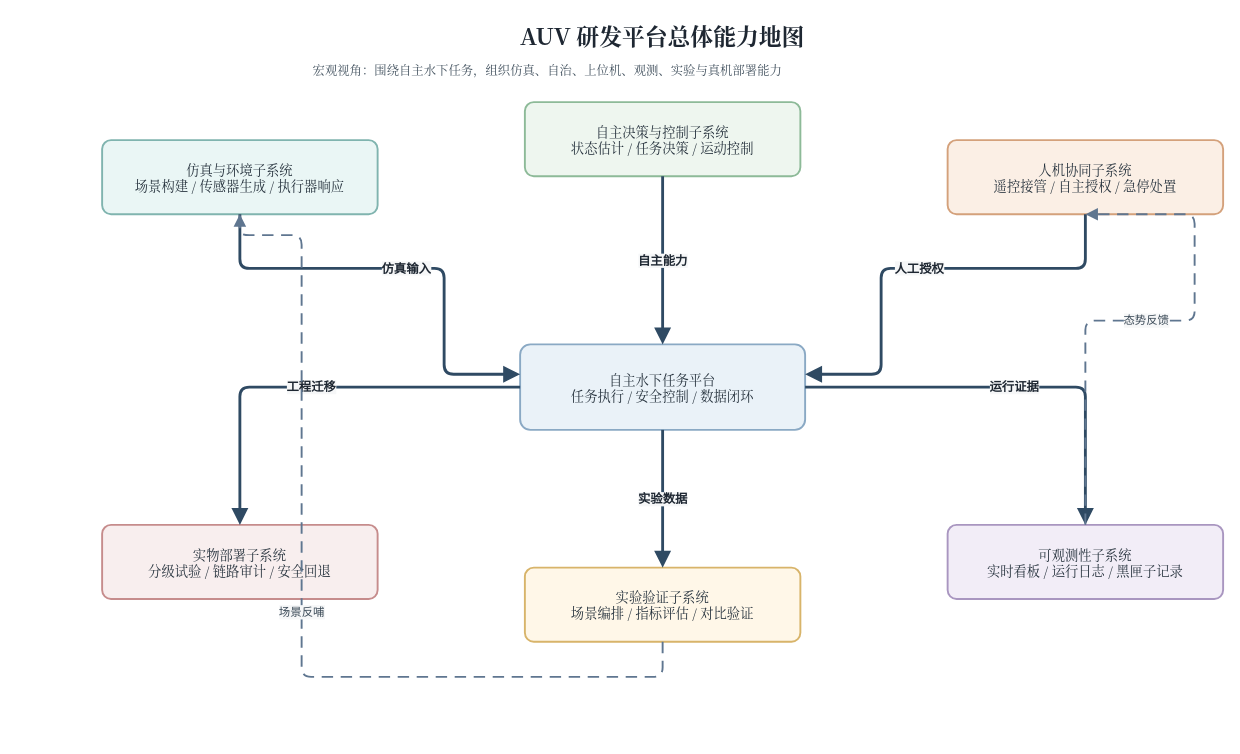
This is docs/thesis/figures/architecture/auv_system_capability_map.drawio from 360ZMEM/AUV-Master-Project, a draw.io file, before an edit. Source tidied: cells renumbered, new cells numbered last; positions are measured from the earlier drawing's top-left corner, leaving out a move shared by most shapes. Both pictures are drawn from the tidied source at 95%, with x=0, y=0 at pixel (102, 16).
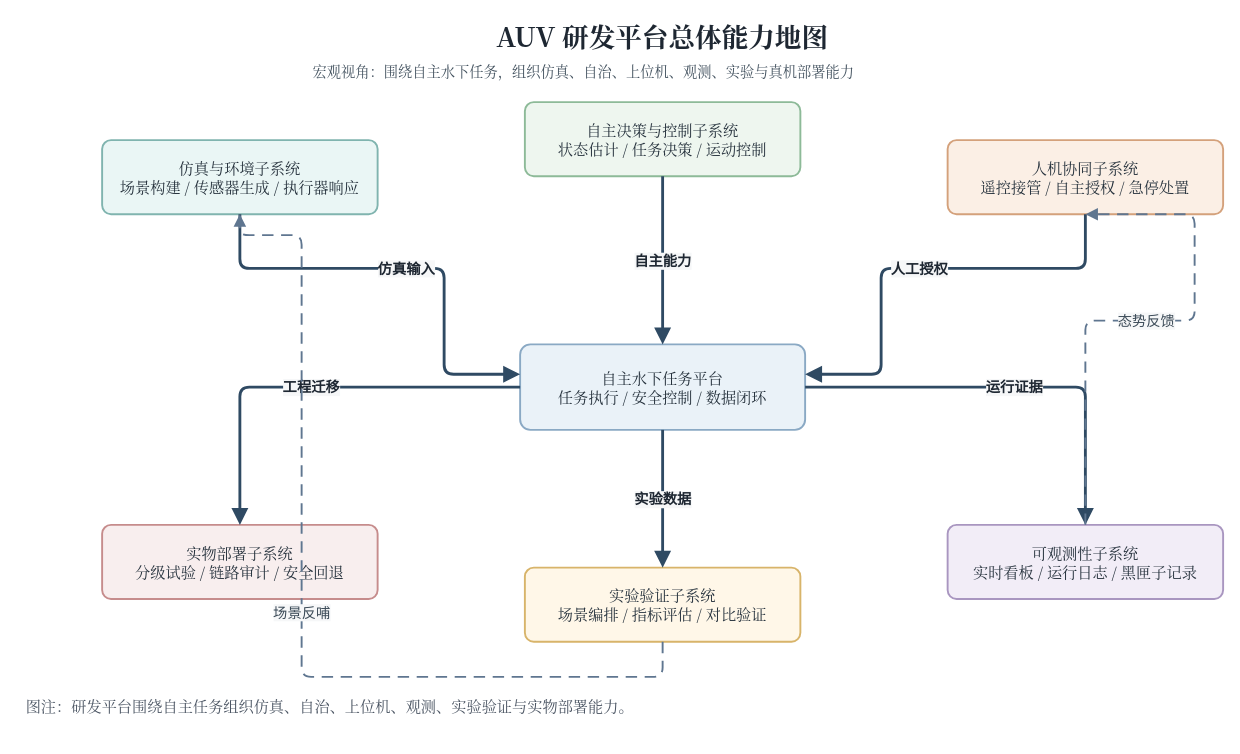
The same diagram, later.

The edit, as a diff of the source:
```diff
@@
-    <mxCell id="2" value="AUV 研发平台总体能力地图" style="text;html=1;strokeColor=none;fillColor=none;align=center;verticalAlign=middle;whiteSpace=wrap;rounded=0;fontFamily=Noto Serif CJK SC,Times New Roman;fontSize=24;fontStyle=1;fontColor=#1E2732;" parent="1" vertex="1">
+    <mxCell id="2" value="AUV 研发平台总体能力地图" style="text;html=1;strokeColor=none;fillColor=none;align=center;verticalAlign=middle;whiteSpace=wrap;rounded=0;fontFamily=Noto Serif CJK SC,Times New Roman;fontSize=28;fontStyle=1;fontColor=#1E2732;" parent="1" vertex="1">
       <mxGeometry x="240" width="700" height="40" as="geometry" />
     </mxCell>
-    <mxCell id="3" value="宏观视角：围绕自主水下任务，组织仿真、自治、上位机、观测、实验与真机部署能力" style="text;html=1;strokeColor=none;fillColor=none;align=left;verticalAlign=top;whiteSpace=wrap;rounded=0;fontFamily=Noto Serif CJK SC,Times New Roman;fontSize=13;fontColor=#43525F;" parent="1" vertex="1">
+    <mxCell id="3" value="宏观视角：围绕自主水下任务，组织仿真、自治、上位机、观测、实验与真机部署能力" style="text;html=1;strokeColor=none;fillColor=none;align=left;verticalAlign=top;whiteSpace=wrap;rounded=0;fontFamily=Noto Serif CJK SC,Times New Roman;fontSize=15;fontColor=#43525F;" parent="1" vertex="1">
       <mxGeometry x="220" y="42" width="760" height="34" as="geometry" />
     </mxCell>
-    <mxCell id="4" value="自主水下任务平台&#10;任务执行 / 安全控制 / 数据闭环" style="rounded=1;whiteSpace=wrap;html=1;arcSize=12;fillColor=#EAF2F8;strokeColor=#8AA9C4;strokeWidth=2;spacing=8;shadow=0;fontFamily=Noto Serif CJK SC,Times New Roman;fontSize=14;fontColor=#26323D;" parent="1" vertex="1">
+    <mxCell id="4" value="自主水下任务平台&#10;任务执行 / 安全控制 / 数据闭环" style="rounded=1;whiteSpace=wrap;html=1;arcSize=12;fillColor=#EAF2F8;strokeColor=#8AA9C4;strokeWidth=2;spacing=8;shadow=0;fontFamily=Noto Serif CJK SC,Times New Roman;fontSize=16;fontColor=#26323D;" parent="1" vertex="1">
       <mxGeometry x="440" y="345" width="300" height="90" as="geometry" />
     </mxCell>
-    <mxCell id="5" value="仿真与环境子系统&#10;场景构建 / 传感器生成 / 执行器响应" style="rounded=1;whiteSpace=wrap;html=1;arcSize=12;fillColor=#EAF6F5;strokeColor=#80B4AF;strokeWidth=2;spacing=8;shadow=0;fontFamily=Noto Serif CJK SC,Times New Roman;fontSize=14;fontColor=#26323D;" parent="1" vertex="1">
+    <mxCell id="5" value="仿真与环境子系统&#10;场景构建 / 传感器生成 / 执行器响应" style="rounded=1;whiteSpace=wrap;html=1;arcSize=12;fillColor=#EAF6F5;strokeColor=#80B4AF;strokeWidth=2;spacing=8;shadow=0;fontFamily=Noto Serif CJK SC,Times New Roman;fontSize=16;fontColor=#26323D;" parent="1" vertex="1">
       <mxGeometry y="130" width="290" height="78" as="geometry" />
     </mxCell>
-    <mxCell id="6" value="自主决策与控制子系统&#10;状态估计 / 任务决策 / 运动控制" style="rounded=1;whiteSpace=wrap;html=1;arcSize=12;fillColor=#EEF6EF;strokeColor=#8DBA98;strokeWidth=2;spacing=8;shadow=0;fontFamily=Noto Serif CJK SC,Times New Roman;fontSize=14;fontColor=#26323D;" parent="1" vertex="1">
+    <mxCell id="6" value="自主决策与控制子系统&#10;状态估计 / 任务决策 / 运动控制" style="rounded=1;whiteSpace=wrap;html=1;arcSize=12;fillColor=#EEF6EF;strokeColor=#8DBA98;strokeWidth=2;spacing=8;shadow=0;fontFamily=Noto Serif CJK SC,Times New Roman;fontSize=16;fontColor=#26323D;" parent="1" vertex="1">
       <mxGeometry x="445" y="90" width="290" height="78" as="geometry" />
     </mxCell>
-    <mxCell id="7" value="人机协同子系统&#10;遥控接管 / 自主授权 / 急停处置" style="rounded=1;whiteSpace=wrap;html=1;arcSize=12;fillColor=#FBEFE5;strokeColor=#D4A17B;strokeWidth=2;spacing=8;shadow=0;fontFamily=Noto Serif CJK SC,Times New Roman;fontSize=14;fontColor=#26323D;" parent="1" vertex="1">
+    <mxCell id="7" value="人机协同子系统&#10;遥控接管 / 自主授权 / 急停处置" style="rounded=1;whiteSpace=wrap;html=1;arcSize=12;fillColor=#FBEFE5;strokeColor=#D4A17B;strokeWidth=2;spacing=8;shadow=0;fontFamily=Noto Serif CJK SC,Times New Roman;fontSize=16;fontColor=#26323D;" parent="1" vertex="1">
       <mxGeometry x="890" y="130" width="290" height="78" as="geometry" />
     </mxCell>
-    <mxCell id="8" value="可观测性子系统&#10;实时看板 / 运行日志 / 黑匣子记录" style="rounded=1;whiteSpace=wrap;html=1;arcSize=12;fillColor=#F2EDF7;strokeColor=#A996C0;strokeWidth=2;spacing=8;shadow=0;fontFamily=Noto Serif CJK SC,Times New Roman;fontSize=14;fontColor=#26323D;" parent="1" vertex="1">
+    <mxCell id="8" value="可观测性子系统&#10;实时看板 / 运行日志 / 黑匣子记录" style="rounded=1;whiteSpace=wrap;html=1;arcSize=12;fillColor=#F2EDF7;strokeColor=#A996C0;strokeWidth=2;spacing=8;shadow=0;fontFamily=Noto Serif CJK SC,Times New Roman;fontSize=16;fontColor=#26323D;" parent="1" vertex="1">
       <mxGeometry x="890" y="535" width="290" height="78" as="geometry" />
     </mxCell>
-    <mxCell id="9" value="实验验证子系统&#10;场景编排 / 指标评估 / 对比验证" style="rounded=1;whiteSpace=wrap;html=1;arcSize=12;fillColor=#FFF7E8;strokeColor=#D8B46A;strokeWidth=2;spacing=8;shadow=0;fontFamily=Noto Serif CJK SC,Times New Roman;fontSize=14;fontColor=#26323D;" parent="1" vertex="1">
+    <mxCell id="9" value="实验验证子系统&#10;场景编排 / 指标评估 / 对比验证" style="rounded=1;whiteSpace=wrap;html=1;arcSize=12;fillColor=#FFF7E8;strokeColor=#D8B46A;strokeWidth=2;spacing=8;shadow=0;fontFamily=Noto Serif CJK SC,Times New Roman;fontSize=16;fontColor=#26323D;" parent="1" vertex="1">
       <mxGeometry x="445" y="580" width="290" height="78" as="geometry" />
     </mxCell>
-    <mxCell id="10" value="实物部署子系统&#10;分级试验 / 链路审计 / 安全回退" style="rounded=1;whiteSpace=wrap;html=1;arcSize=12;fillColor=#F8EEEE;strokeColor=#C68C8C;strokeWidth=2;spacing=8;shadow=0;fontFamily=Noto Serif CJK SC,Times New Roman;fontSize=14;fontColor=#26323D;" parent="1" vertex="1">
+    <mxCell id="10" value="实物部署子系统&#10;分级试验 / 链路审计 / 安全回退" style="rounded=1;whiteSpace=wrap;html=1;arcSize=12;fillColor=#F8EEEE;strokeColor=#C68C8C;strokeWidth=2;spacing=8;shadow=0;fontFamily=Noto Serif CJK SC,Times New Roman;fontSize=16;fontColor=#26323D;" parent="1" vertex="1">
       <mxGeometry y="535" width="290" height="78" as="geometry" />
     </mxCell>
-    <mxCell id="11" value="仿真输入" style="edgeStyle=orthogonalEdgeStyle;rounded=1;jettySize=auto;html=1;strokeColor=#2F4A63;fontColor=#1E2732;fontSize=13;fontStyle=1;strokeWidth=3;labelBackgroundColor=#F6F7F8;labelBorderColor=none;endArrow=block;endFill=1;endSize=10;exitX=0.5;exitY=1;entryX=0;entryY=0.35;" parent="1" edge="1" source="5" target="4">
+    <mxCell id="11" value="仿真输入" style="edgeStyle=orthogonalEdgeStyle;rounded=1;jettySize=auto;html=1;strokeColor=#2F4A63;fontColor=#1E2732;fontSize=15;fontStyle=1;strokeWidth=3;labelBackgroundColor=#F6F7F8;labelBorderColor=none;endArrow=block;endFill=1;endSize=10;exitX=0.5;exitY=1;entryX=0;entryY=0.35;" parent="1" edge="1" source="5" target="4">
       <mxGeometry relative="1" as="geometry">
         <Array as="points">
           <mxPoint x="145" y="265" />
           <mxPoint x="360" y="390" />
         </Array>
       </mxGeometry>
     </mxCell>
-    <mxCell id="12" value="自主能力" style="edgeStyle=orthogonalEdgeStyle;rounded=1;jettySize=auto;html=1;strokeColor=#2F4A63;fontColor=#1E2732;fontSize=13;fontStyle=1;strokeWidth=3;labelBackgroundColor=#F6F7F8;labelBorderColor=none;endArrow=block;endFill=1;endSize=10;exitX=0.5;exitY=1;entryX=0.5;entryY=0;" parent="1" edge="1" source="6" target="4">
+    <mxCell id="12" value="自主能力" style="edgeStyle=orthogonalEdgeStyle;rounded=1;jettySize=auto;html=1;strokeColor=#2F4A63;fontColor=#1E2732;fontSize=15;fontStyle=1;strokeWidth=3;labelBackgroundColor=#F6F7F8;labelBorderColor=none;endArrow=block;endFill=1;endSize=10;exitX=0.5;exitY=1;entryX=0.5;entryY=0;" parent="1" edge="1" source="6" target="4">
       <mxGeometry relative="1" as="geometry" />
     </mxCell>
-    <mxCell id="13" value="人工授权" style="edgeStyle=orthogonalEdgeStyle;rounded=1;jettySize=auto;html=1;strokeColor=#2F4A63;fontColor=#1E2732;fontSize=13;fontStyle=1;strokeWidth=3;labelBackgroundColor=#F6F7F8;labelBorderColor=none;endArrow=block;endFill=1;endSize=10;exitX=0.5;exitY=1;entryX=1;entryY=0.35;" parent="1" edge="1" source="7" target="4">
+    <mxCell id="13" value="人工授权" style="edgeStyle=orthogonalEdgeStyle;rounded=1;jettySize=auto;html=1;strokeColor=#2F4A63;fontColor=#1E2732;fontSize=15;fontStyle=1;strokeWidth=3;labelBackgroundColor=#F6F7F8;labelBorderColor=none;endArrow=block;endFill=1;endSize=10;exitX=0.5;exitY=1;entryX=1;entryY=0.35;" parent="1" edge="1" source="7" target="4">
       <mxGeometry relative="1" as="geometry">
         <Array as="points">
           <mxPoint x="1035" y="265" />
           <mxPoint x="820" y="390" />
         </Array>
       </mxGeometry>
     </mxCell>
-    <mxCell id="14" value="运行证据" style="edgeStyle=orthogonalEdgeStyle;rounded=1;jettySize=auto;html=1;strokeColor=#2F4A63;fontColor=#1E2732;fontSize=13;fontStyle=1;strokeWidth=3;labelBackgroundColor=#F6F7F8;labelBorderColor=none;endArrow=block;endFill=1;endSize=10;exitX=1;entryX=0;" parent="1" edge="1" source="4" target="8">
+    <mxCell id="14" value="运行证据" style="edgeStyle=orthogonalEdgeStyle;rounded=1;jettySize=auto;html=1;strokeColor=#2F4A63;fontColor=#1E2732;fontSize=15;fontStyle=1;strokeWidth=3;labelBackgroundColor=#F6F7F8;labelBorderColor=none;endArrow=block;endFill=1;endSize=10;exitX=1;entryX=0;" parent="1" edge="1" source="4" target="8">
       <mxGeometry relative="1" as="geometry" />
     </mxCell>
-    <mxCell id="15" value="实验数据" style="edgeStyle=orthogonalEdgeStyle;rounded=1;jettySize=auto;html=1;strokeColor=#2F4A63;fontColor=#1E2732;fontSize=13;fontStyle=1;strokeWidth=3;labelBackgroundColor=#F6F7F8;labelBorderColor=none;endArrow=block;endFill=1;endSize=10;exitX=0.5;exitY=1;entryX=0.5;entryY=0;" parent="1" edge="1" source="4" target="9">
+    <mxCell id="15" value="实验数据" style="edgeStyle=orthogonalEdgeStyle;rounded=1;jettySize=auto;html=1;strokeColor=#2F4A63;fontColor=#1E2732;fontSize=15;fontStyle=1;strokeWidth=3;labelBackgroundColor=#F6F7F8;labelBorderColor=none;endArrow=block;endFill=1;endSize=10;exitX=0.5;exitY=1;entryX=0.5;entryY=0;" parent="1" edge="1" source="4" target="9">
       <mxGeometry relative="1" as="geometry" />
     </mxCell>
-    <mxCell id="16" value="工程迁移" style="edgeStyle=orthogonalEdgeStyle;rounded=1;jettySize=auto;html=1;strokeColor=#2F4A63;fontColor=#1E2732;fontSize=13;fontStyle=1;strokeWidth=3;labelBackgroundColor=#F6F7F8;labelBorderColor=none;endArrow=block;endFill=1;endSize=10;exitX=0;entryX=1;" parent="1" edge="1" source="4" target="10">
+    <mxCell id="16" value="工程迁移" style="edgeStyle=orthogonalEdgeStyle;rounded=1;jettySize=auto;html=1;strokeColor=#2F4A63;fontColor=#1E2732;fontSize=15;fontStyle=1;strokeWidth=3;labelBackgroundColor=#F6F7F8;labelBorderColor=none;endArrow=block;endFill=1;endSize=10;exitX=0;entryX=1;" parent="1" edge="1" source="4" target="10">
       <mxGeometry relative="1" as="geometry" />
     </mxCell>
-    <mxCell id="17" value="场景反哺" style="edgeStyle=orthogonalEdgeStyle;rounded=1;jettySize=auto;html=1;strokeColor=#5F7690;fontColor=#3B4A57;fontSize=12;strokeWidth=2;labelBackgroundColor=#F6F7F8;labelBorderColor=none;endArrow=block;endFill=1;endSize=8;dashed=1;dashPattern=6 4;exitX=0;entryX=0.5;entryY=1;" parent="1" edge="1" source="9" target="5">
+    <mxCell id="17" value="场景反哺" style="edgeStyle=orthogonalEdgeStyle;rounded=1;jettySize=auto;html=1;strokeColor=#5F7690;fontColor=#3B4A57;fontSize=15;strokeWidth=2;labelBackgroundColor=#F6F7F8;labelBorderColor=none;endArrow=block;endFill=1;endSize=8;dashed=1;dashPattern=6 4;exitX=0;entryX=0.5;entryY=1;" parent="1" edge="1" source="9" target="5">
       <mxGeometry relative="1" as="geometry">
         <Array as="points">
           <mxPoint x="210" y="695" />
           <mxPoint x="210" y="230" />
         </Array>
       </mxGeometry>
     </mxCell>
-    <mxCell id="18" value="态势反馈" style="edgeStyle=orthogonalEdgeStyle;rounded=1;jettySize=auto;html=1;strokeColor=#5F7690;fontColor=#3B4A57;fontSize=12;strokeWidth=2;labelBackgroundColor=#F6F7F8;labelBorderColor=none;endArrow=block;endFill=1;endSize=8;dashed=1;dashPattern=6 4;exitX=0.5;exitY=0;entryX=0.5;entryY=1;" parent="1" edge="1" source="8" target="7">
+    <mxCell id="18" value="态势反馈" style="edgeStyle=orthogonalEdgeStyle;rounded=1;jettySize=auto;html=1;strokeColor=#5F7690;fontColor=#3B4A57;fontSize=15;strokeWidth=2;labelBackgroundColor=#F6F7F8;labelBorderColor=none;endArrow=block;endFill=1;endSize=8;dashed=1;dashPattern=6 4;exitX=0.5;exitY=0;entryX=0.5;entryY=1;" parent="1" edge="1" source="8" target="7">
       <mxGeometry relative="1" as="geometry">
         <Array as="points">
           <mxPoint x="1150" y="320" />
         </Array>
       </mxGeometry>
     </mxCell>
+    <mxCell id="19" value="图注：研发平台围绕自主任务组织仿真、自治、上位机、观测、实验验证与实物部署能力。" style="text;html=1;align=left;verticalAlign=middle;whiteSpace=wrap;fontFamily=Noto Serif CJK SC;fontSize=16;fontColor=#4B5563;spacingLeft=8;spacingRight=8;" parent="1" vertex="1">
+      <mxGeometry x="-90" y="690" width="1250" height="70" as="geometry" />
+    </mxCell>
```
